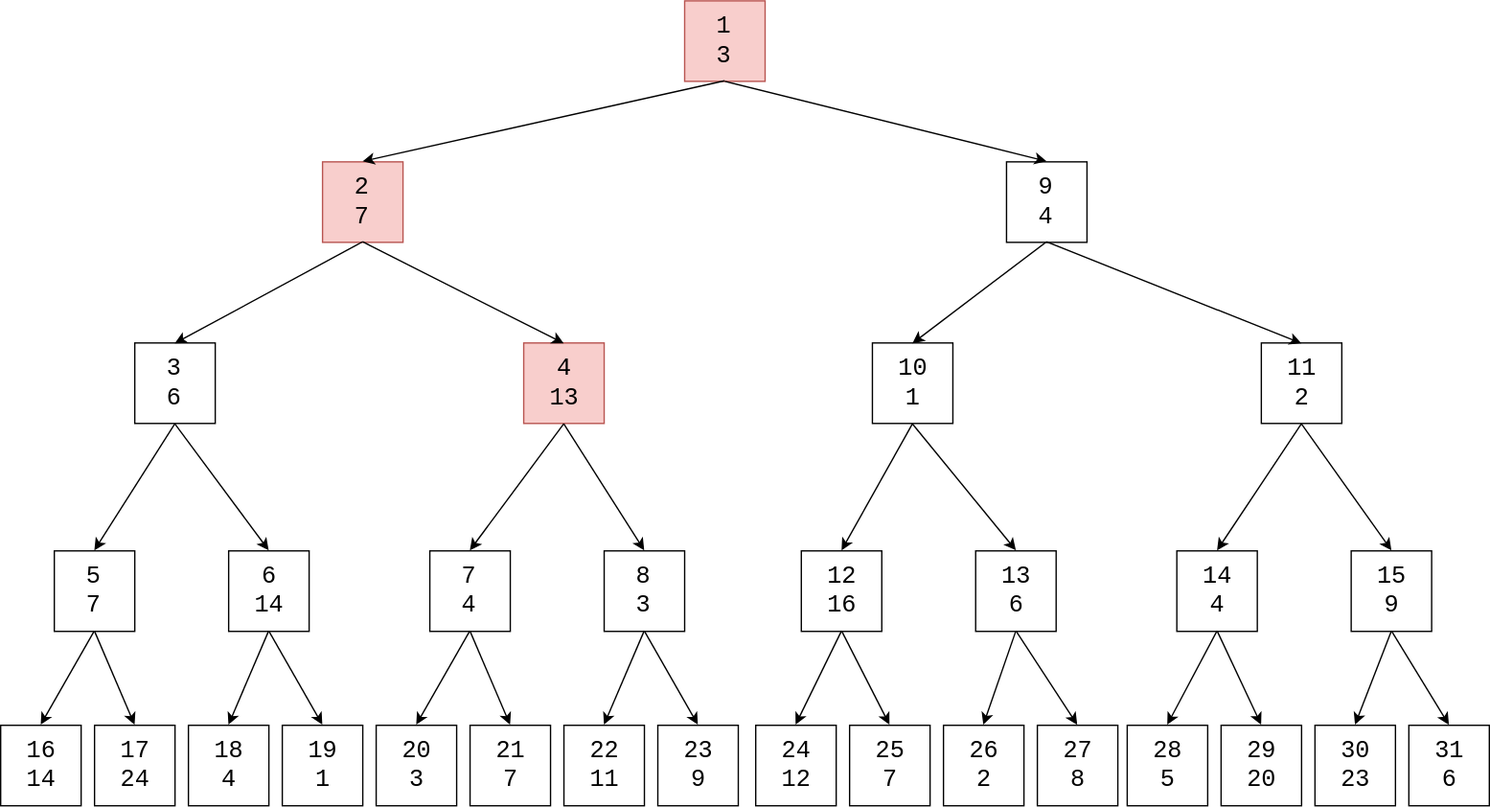
This is docs/DynamicProgramming/TreeDP/res/MaxBinaryTreeRadiusSum2.svg from linrongbin16/way-to-algorithm, a draw.io export, as it was before one commit. Source tidied: cells renumbered, new cells last; positions are measured from the earlier drawing's top-left corner, leaving out a move shared by most shapes.
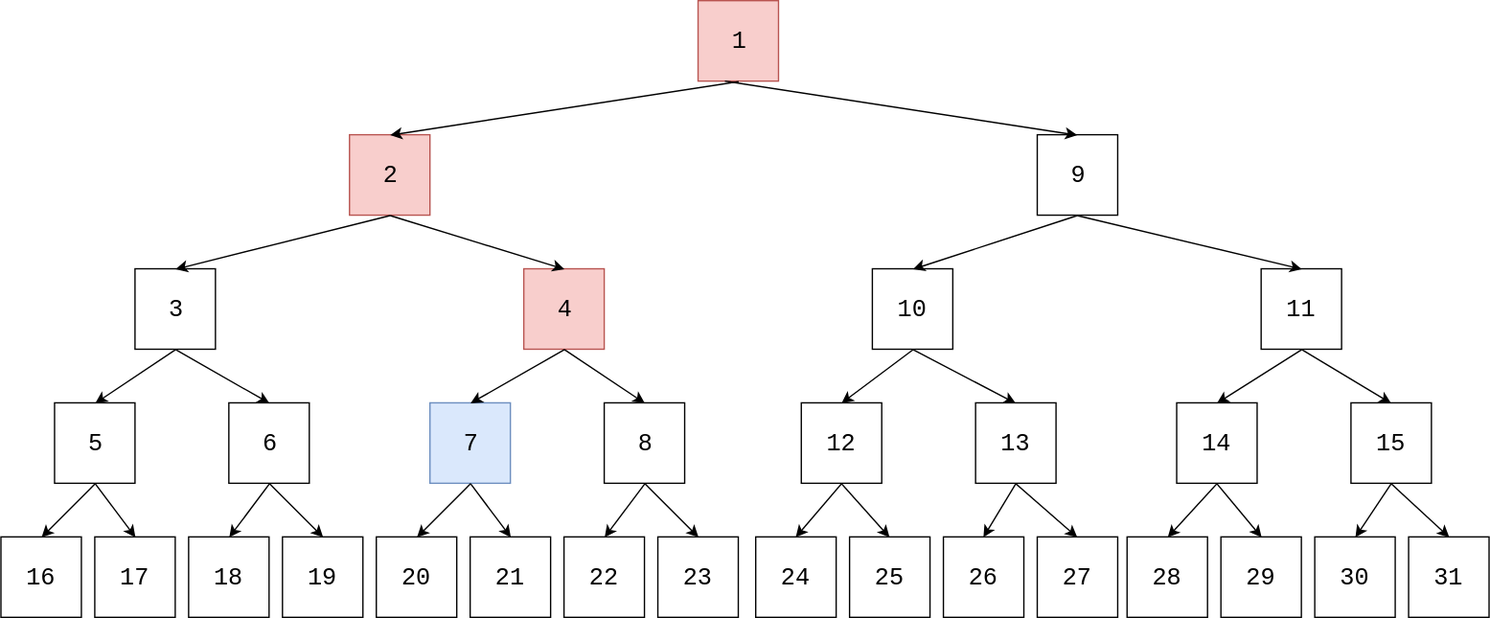
Later version of the same file.

Commit message:
finish max binary tree radius sum doc, and pictures

Diff of the diagram source:
```diff
@@ -2,79 +2,79 @@
   <root>
     <mxCell id="0" />
     <mxCell id="1" parent="0" />
-    <mxCell id="2" value="1&lt;div&gt;3&lt;/div&gt;" style="rounded=0;whiteSpace=wrap;html=1;fontFamily=Courier New;fontSize=18;fillColor=#f8cecc;strokeColor=#b85450;" parent="1" vertex="1">
-      <mxGeometry x="510" width="60" height="60" as="geometry" />
+    <mxCell id="2" value="1&lt;br&gt;" style="rounded=0;whiteSpace=wrap;html=1;fontFamily=Courier New;fontSize=18;fillColor=#f8cecc;strokeColor=#b85450;" parent="1" vertex="1">
+      <mxGeometry x="520" y="140" width="60" height="60" as="geometry" />
     </mxCell>
-    <mxCell id="3" value="2&lt;div&gt;7&lt;/div&gt;" style="rounded=0;whiteSpace=wrap;html=1;fontFamily=Courier New;fontSize=18;fillColor=#f8cecc;strokeColor=#b85450;" parent="1" vertex="1">
-      <mxGeometry x="240" y="120" width="60" height="60" as="geometry" />
+    <mxCell id="3" value="2&lt;br&gt;" style="rounded=0;whiteSpace=wrap;html=1;fontFamily=Courier New;fontSize=18;fillColor=#f8cecc;strokeColor=#b85450;" parent="1" vertex="1">
+      <mxGeometry x="260" y="240" width="60" height="60" as="geometry" />
     </mxCell>
-    <mxCell id="4" value="9&lt;div&gt;4&lt;/div&gt;" style="rounded=0;whiteSpace=wrap;html=1;fontFamily=Courier New;fontSize=18;fillColor=#ffffff;strokeColor=#000000;" parent="1" vertex="1">
-      <mxGeometry x="750" y="120" width="60" height="60" as="geometry" />
+    <mxCell id="4" value="9&lt;br&gt;" style="rounded=0;whiteSpace=wrap;html=1;fontFamily=Courier New;fontSize=18;fillColor=#ffffff;strokeColor=#000000;" parent="1" vertex="1">
+      <mxGeometry x="773" y="240" width="60" height="60" as="geometry" />
     </mxCell>
-    <mxCell id="5" value="3&lt;div&gt;6&lt;/div&gt;" style="rounded=0;whiteSpace=wrap;html=1;fontFamily=Courier New;fontSize=18;fillColor=#ffffff;strokeColor=#000000;" parent="1" vertex="1">
-      <mxGeometry x="100" y="255" width="60" height="60" as="geometry" />
+    <mxCell id="5" value="3&lt;br&gt;" style="rounded=0;whiteSpace=wrap;html=1;fontFamily=Courier New;fontSize=18;fillColor=#ffffff;strokeColor=#000000;" parent="1" vertex="1">
+      <mxGeometry x="100" y="340" width="60" height="60" as="geometry" />
     </mxCell>
-    <mxCell id="6" value="4&lt;div&gt;13&lt;/div&gt;" style="rounded=0;whiteSpace=wrap;html=1;fontFamily=Courier New;fontSize=18;fillColor=#f8cecc;strokeColor=#b85450;" parent="1" vertex="1">
-      <mxGeometry x="390" y="255" width="60" height="60" as="geometry" />
+    <mxCell id="6" value="4&lt;br&gt;" style="rounded=0;whiteSpace=wrap;html=1;fontFamily=Courier New;fontSize=18;fillColor=#f8cecc;strokeColor=#b85450;" parent="1" vertex="1">
+      <mxGeometry x="390" y="340" width="60" height="60" as="geometry" />
     </mxCell>
-    <mxCell id="7" value="5&lt;div&gt;7&lt;/div&gt;" style="rounded=0;whiteSpace=wrap;html=1;fontFamily=Courier New;fontSize=18;fillColor=#ffffff;strokeColor=#000000;" parent="1" vertex="1">
-      <mxGeometry x="40" y="410" width="60" height="60" as="geometry" />
+    <mxCell id="7" value="5&lt;br&gt;" style="rounded=0;whiteSpace=wrap;html=1;fontFamily=Courier New;fontSize=18;fillColor=#ffffff;strokeColor=#000000;" parent="1" vertex="1">
+      <mxGeometry x="40" y="440" width="60" height="60" as="geometry" />
     </mxCell>
-    <mxCell id="8" value="6&lt;div&gt;14&lt;/div&gt;" style="rounded=0;whiteSpace=wrap;html=1;fontFamily=Courier New;fontSize=18;fillColor=#ffffff;strokeColor=#000000;" parent="1" vertex="1">
-      <mxGeometry x="170" y="410" width="60" height="60" as="geometry" />
+    <mxCell id="8" value="6&lt;br&gt;" style="rounded=0;whiteSpace=wrap;html=1;fontFamily=Courier New;fontSize=18;fillColor=#ffffff;strokeColor=#000000;" parent="1" vertex="1">
+      <mxGeometry x="170" y="440" width="60" height="60" as="geometry" />
     </mxCell>
-    <mxCell id="9" value="7&lt;div&gt;4&lt;/div&gt;" style="rounded=0;whiteSpace=wrap;html=1;fontFamily=Courier New;fontSize=18;fillColor=#ffffff;strokeColor=#000000;" parent="1" vertex="1">
-      <mxGeometry x="320" y="410" width="60" height="60" as="geometry" />
+    <mxCell id="9" value="7&lt;br&gt;" style="rounded=0;whiteSpace=wrap;html=1;fontFamily=Courier New;fontSize=18;fillColor=#dae8fc;strokeColor=#6c8ebf;" parent="1" vertex="1">
+      <mxGeometry x="320" y="440" width="60" height="60" as="geometry" />
     </mxCell>
-    <mxCell id="10" value="8&lt;div&gt;3&lt;/div&gt;" style="rounded=0;whiteSpace=wrap;html=1;fontFamily=Courier New;fontSize=18;fillColor=#ffffff;strokeColor=#000000;" parent="1" vertex="1">
-      <mxGeometry x="450" y="410" width="60" height="60" as="geometry" />
+    <mxCell id="10" value="8&lt;br&gt;" style="rounded=0;whiteSpace=wrap;html=1;fontFamily=Courier New;fontSize=18;fillColor=#ffffff;strokeColor=#000000;" parent="1" vertex="1">
+      <mxGeometry x="450" y="440" width="60" height="60" as="geometry" />
     </mxCell>
-    <mxCell id="11" value="16&lt;div&gt;14&lt;/div&gt;" style="rounded=0;whiteSpace=wrap;html=1;fontFamily=Courier New;fontSize=18;fillColor=#ffffff;strokeColor=#000000;" parent="1" vertex="1">
+    <mxCell id="11" value="16&lt;br&gt;" style="rounded=0;whiteSpace=wrap;html=1;fontFamily=Courier New;fontSize=18;fillColor=#ffffff;strokeColor=#000000;" parent="1" vertex="1">
       <mxGeometry y="540" width="60" height="60" as="geometry" />
     </mxCell>
-    <mxCell id="12" value="17&lt;div&gt;24&lt;/div&gt;" style="rounded=0;whiteSpace=wrap;html=1;fontFamily=Courier New;fontSize=18;fillColor=#ffffff;strokeColor=#000000;" parent="1" vertex="1">
+    <mxCell id="12" value="17&lt;br&gt;" style="rounded=0;whiteSpace=wrap;html=1;fontFamily=Courier New;fontSize=18;fillColor=#ffffff;strokeColor=#000000;" parent="1" vertex="1">
       <mxGeometry x="70" y="540" width="60" height="60" as="geometry" />
     </mxCell>
-    <mxCell id="13" value="18&lt;div&gt;4&lt;/div&gt;" style="rounded=0;whiteSpace=wrap;html=1;fontFamily=Courier New;fontSize=18;fillColor=#ffffff;strokeColor=#000000;" parent="1" vertex="1">
+    <mxCell id="13" value="18&lt;br&gt;" style="rounded=0;whiteSpace=wrap;html=1;fontFamily=Courier New;fontSize=18;fillColor=#ffffff;strokeColor=#000000;" parent="1" vertex="1">
       <mxGeometry x="140" y="540" width="60" height="60" as="geometry" />
     </mxCell>
-    <mxCell id="14" value="19&lt;div&gt;1&lt;/div&gt;" style="rounded=0;whiteSpace=wrap;html=1;fontFamily=Courier New;fontSize=18;fillColor=#ffffff;strokeColor=#000000;" parent="1" vertex="1">
+    <mxCell id="14" value="19&lt;br&gt;" style="rounded=0;whiteSpace=wrap;html=1;fontFamily=Courier New;fontSize=18;fillColor=#ffffff;strokeColor=#000000;" parent="1" vertex="1">
       <mxGeometry x="210" y="540" width="60" height="60" as="geometry" />
     </mxCell>
-    <mxCell id="15" value="20&lt;div&gt;3&lt;/div&gt;" style="rounded=0;whiteSpace=wrap;html=1;fontFamily=Courier New;fontSize=18;fillColor=#ffffff;strokeColor=#000000;" parent="1" vertex="1">
+    <mxCell id="15" value="20&lt;br&gt;" style="rounded=0;whiteSpace=wrap;html=1;fontFamily=Courier New;fontSize=18;fillColor=#ffffff;strokeColor=#000000;" parent="1" vertex="1">
       <mxGeometry x="280" y="540" width="60" height="60" as="geometry" />
     </mxCell>
-    <mxCell id="16" value="21&lt;div&gt;7&lt;/div&gt;" style="rounded=0;whiteSpace=wrap;html=1;fontFamily=Courier New;fontSize=18;fillColor=#ffffff;strokeColor=#000000;" parent="1" vertex="1">
+    <mxCell id="16" value="21&lt;br&gt;" style="rounded=0;whiteSpace=wrap;html=1;fontFamily=Courier New;fontSize=18;fillColor=#ffffff;strokeColor=#000000;" parent="1" vertex="1">
       <mxGeometry x="350" y="540" width="60" height="60" as="geometry" />
     </mxCell>
-    <mxCell id="17" value="22&lt;div&gt;11&lt;/div&gt;" style="rounded=0;whiteSpace=wrap;html=1;fontFamily=Courier New;fontSize=18;fillColor=#ffffff;strokeColor=#000000;" parent="1" vertex="1">
+    <mxCell id="17" value="22&lt;br&gt;" style="rounded=0;whiteSpace=wrap;html=1;fontFamily=Courier New;fontSize=18;fillColor=#ffffff;strokeColor=#000000;" parent="1" vertex="1">
       <mxGeometry x="420" y="540" width="60" height="60" as="geometry" />
     </mxCell>
-    <mxCell id="18" value="10&lt;div&gt;1&lt;/div&gt;" style="rounded=0;whiteSpace=wrap;html=1;fontFamily=Courier New;fontSize=18;fillColor=#ffffff;strokeColor=#000000;" parent="1" vertex="1">
-      <mxGeometry x="650" y="255" width="60" height="60" as="geometry" />
+    <mxCell id="18" value="10&lt;br&gt;" style="rounded=0;whiteSpace=wrap;html=1;fontFamily=Courier New;fontSize=18;fillColor=#ffffff;strokeColor=#000000;" parent="1" vertex="1">
+      <mxGeometry x="650" y="340" width="60" height="60" as="geometry" />
     </mxCell>
-    <mxCell id="19" value="11&lt;div&gt;2&lt;/div&gt;" style="rounded=0;whiteSpace=wrap;html=1;fontFamily=Courier New;fontSize=18;fillColor=#ffffff;strokeColor=#000000;" parent="1" vertex="1">
-      <mxGeometry x="940" y="255" width="60" height="60" as="geometry" />
+    <mxCell id="19" value="11&lt;br&gt;" style="rounded=0;whiteSpace=wrap;html=1;fontFamily=Courier New;fontSize=18;fillColor=#ffffff;strokeColor=#000000;" parent="1" vertex="1">
+      <mxGeometry x="940" y="340" width="60" height="60" as="geometry" />
     </mxCell>
-    <mxCell id="20" value="12&lt;div&gt;16&lt;/div&gt;" style="rounded=0;whiteSpace=wrap;html=1;fontFamily=Courier New;fontSize=18;fillColor=#ffffff;strokeColor=#000000;" parent="1" vertex="1">
-      <mxGeometry x="597" y="410" width="60" height="60" as="geometry" />
+    <mxCell id="20" value="12&lt;br&gt;" style="rounded=0;whiteSpace=wrap;html=1;fontFamily=Courier New;fontSize=18;fillColor=#ffffff;strokeColor=#000000;" parent="1" vertex="1">
+      <mxGeometry x="597" y="440" width="60" height="60" as="geometry" />
     </mxCell>
-    <mxCell id="21" value="13&lt;div&gt;6&lt;/div&gt;" style="rounded=0;whiteSpace=wrap;html=1;fontFamily=Courier New;fontSize=18;fillColor=#ffffff;strokeColor=#000000;" parent="1" vertex="1">
-      <mxGeometry x="727" y="410" width="60" height="60" as="geometry" />
+    <mxCell id="21" value="13&lt;br&gt;" style="rounded=0;whiteSpace=wrap;html=1;fontFamily=Courier New;fontSize=18;fillColor=#ffffff;strokeColor=#000000;" parent="1" vertex="1">
+      <mxGeometry x="727" y="440" width="60" height="60" as="geometry" />
     </mxCell>
-    <mxCell id="22" value="14&lt;div&gt;4&lt;/div&gt;" style="rounded=0;whiteSpace=wrap;html=1;fontFamily=Courier New;fontSize=18;fillColor=#ffffff;strokeColor=#000000;" parent="1" vertex="1">
-      <mxGeometry x="877" y="410" width="60" height="60" as="geometry" />
+    <mxCell id="22" value="14&lt;br&gt;" style="rounded=0;whiteSpace=wrap;html=1;fontFamily=Courier New;fontSize=18;fillColor=#ffffff;strokeColor=#000000;" parent="1" vertex="1">
+      <mxGeometry x="877" y="440" width="60" height="60" as="geometry" />
     </mxCell>
-    <mxCell id="23" value="15&lt;div&gt;9&lt;/div&gt;" style="rounded=0;whiteSpace=wrap;html=1;fontFamily=Courier New;fontSize=18;fillColor=#ffffff;strokeColor=#000000;" parent="1" vertex="1">
-      <mxGeometry x="1007" y="410" width="60" height="60" as="geometry" />
+    <mxCell id="23" value="15&lt;br&gt;" style="rounded=0;whiteSpace=wrap;html=1;fontFamily=Courier New;fontSize=18;fillColor=#ffffff;strokeColor=#000000;" parent="1" vertex="1">
+      <mxGeometry x="1007" y="440" width="60" height="60" as="geometry" />
     </mxCell>
-    <mxCell id="24" value="28&lt;div&gt;5&lt;/div&gt;" style="rounded=0;whiteSpace=wrap;html=1;fontFamily=Courier New;fontSize=18;fillColor=#ffffff;strokeColor=#000000;" parent="1" vertex="1">
+    <mxCell id="24" value="28&lt;br&gt;" style="rounded=0;whiteSpace=wrap;html=1;fontFamily=Courier New;fontSize=18;fillColor=#ffffff;strokeColor=#000000;" parent="1" vertex="1">
       <mxGeometry x="840" y="540" width="60" height="60" as="geometry" />
     </mxCell>
-    <mxCell id="25" value="29&lt;div&gt;20&lt;/div&gt;" style="rounded=0;whiteSpace=wrap;html=1;fontFamily=Courier New;fontSize=18;fillColor=#ffffff;strokeColor=#000000;" parent="1" vertex="1">
+    <mxCell id="25" value="29&lt;br&gt;" style="rounded=0;whiteSpace=wrap;html=1;fontFamily=Courier New;fontSize=18;fillColor=#ffffff;strokeColor=#000000;" parent="1" vertex="1">
       <mxGeometry x="910" y="540" width="60" height="60" as="geometry" />
     </mxCell>
-    <mxCell id="26" value="30&lt;div&gt;23&lt;/div&gt;" style="rounded=0;whiteSpace=wrap;html=1;fontFamily=Courier New;fontSize=18;fillColor=#ffffff;strokeColor=#000000;" parent="1" vertex="1">
+    <mxCell id="26" value="30&lt;br&gt;" style="rounded=0;whiteSpace=wrap;html=1;fontFamily=Courier New;fontSize=18;fillColor=#ffffff;strokeColor=#000000;" parent="1" vertex="1">
       <mxGeometry x="980" y="540" width="60" height="60" as="geometry" />
     </mxCell>
     <mxCell id="27" style="endArrow=classic;html=1;fontFamily=Courier New;fontSize=18;exitX=0.5;exitY=1;entryX=0.5;entryY=0;" parent="1" edge="1" source="2" target="3">
@@ -82,7 +82,7 @@
     </mxCell>
     <mxCell id="28" style="endArrow=classic;html=1;fontFamily=Courier New;fontSize=18;entryX=0.5;entryY=0;" parent="1" edge="1" target="4">
       <mxGeometry relative="1" as="geometry">
-        <mxPoint x="540" y="60" as="sourcePoint" />
+        <mxPoint x="540" y="200" as="sourcePoint" />
       </mxGeometry>
     </mxCell>
     <mxCell id="29" style="endArrow=classic;html=1;fontFamily=Courier New;fontSize=18;exitX=0.5;exitY=1;entryX=0.5;entryY=0;" parent="1" edge="1" source="3" target="5">
@@ -151,22 +151,22 @@
     <mxCell id="50" style="endArrow=classic;html=1;fontFamily=Courier New;fontSize=18;exitX=0.5;exitY=1;entryX=0.5;entryY=0;" parent="1" edge="1" source="23" target="26">
       <mxGeometry relative="1" as="geometry" />
     </mxCell>
-    <mxCell id="51" value="23&lt;div&gt;9&lt;/div&gt;" style="rounded=0;whiteSpace=wrap;html=1;fontFamily=Courier New;fontSize=18;fillColor=#ffffff;strokeColor=#000000;" parent="1" vertex="1">
+    <mxCell id="51" value="23&lt;br&gt;" style="rounded=0;whiteSpace=wrap;html=1;fontFamily=Courier New;fontSize=18;fillColor=#ffffff;strokeColor=#000000;" parent="1" vertex="1">
       <mxGeometry x="490" y="540" width="60" height="60" as="geometry" />
     </mxCell>
     <mxCell id="52" style="endArrow=classic;html=1;fontFamily=Courier New;fontSize=18;entryX=0.5;entryY=0;exitX=0.5;exitY=1;" parent="1" edge="1" source="10" target="51">
       <mxGeometry relative="1" as="geometry" />
     </mxCell>
-    <mxCell id="53" value="24&lt;div&gt;12&lt;/div&gt;" style="rounded=0;whiteSpace=wrap;html=1;fontFamily=Courier New;fontSize=18;fillColor=#ffffff;strokeColor=#000000;" parent="1" vertex="1">
+    <mxCell id="53" value="24&lt;br&gt;" style="rounded=0;whiteSpace=wrap;html=1;fontFamily=Courier New;fontSize=18;fillColor=#ffffff;strokeColor=#000000;" parent="1" vertex="1">
       <mxGeometry x="563" y="540" width="60" height="60" as="geometry" />
     </mxCell>
-    <mxCell id="54" value="25&lt;div&gt;7&lt;/div&gt;" style="rounded=0;whiteSpace=wrap;html=1;fontFamily=Courier New;fontSize=18;fillColor=#ffffff;strokeColor=#000000;" parent="1" vertex="1">
+    <mxCell id="54" value="25&lt;br&gt;" style="rounded=0;whiteSpace=wrap;html=1;fontFamily=Courier New;fontSize=18;fillColor=#ffffff;strokeColor=#000000;" parent="1" vertex="1">
       <mxGeometry x="633" y="540" width="60" height="60" as="geometry" />
     </mxCell>
-    <mxCell id="55" value="26&lt;div&gt;2&lt;/div&gt;" style="rounded=0;whiteSpace=wrap;html=1;fontFamily=Courier New;fontSize=18;fillColor=#ffffff;strokeColor=#000000;" parent="1" vertex="1">
+    <mxCell id="55" value="26&lt;br&gt;" style="rounded=0;whiteSpace=wrap;html=1;fontFamily=Courier New;fontSize=18;fillColor=#ffffff;strokeColor=#000000;" parent="1" vertex="1">
       <mxGeometry x="703" y="540" width="60" height="60" as="geometry" />
     </mxCell>
-    <mxCell id="56" value="27&lt;div&gt;8&lt;/div&gt;" style="rounded=0;whiteSpace=wrap;html=1;fontFamily=Courier New;fontSize=18;fillColor=#ffffff;strokeColor=#000000;" parent="1" vertex="1">
+    <mxCell id="56" value="27&lt;br&gt;" style="rounded=0;whiteSpace=wrap;html=1;fontFamily=Courier New;fontSize=18;fillColor=#ffffff;strokeColor=#000000;" parent="1" vertex="1">
       <mxGeometry x="773" y="540" width="60" height="60" as="geometry" />
     </mxCell>
     <mxCell id="57" style="endArrow=classic;html=1;fontFamily=Courier New;fontSize=18;exitX=0.5;exitY=1;entryX=0.5;entryY=0;" parent="1" edge="1" source="20" target="53">
@@ -181,7 +181,7 @@
     <mxCell id="60" style="endArrow=classic;html=1;fontFamily=Courier New;fontSize=18;exitX=0.5;exitY=1;entryX=0.5;entryY=0;" parent="1" edge="1" source="21" target="56">
       <mxGeometry relative="1" as="geometry" />
     </mxCell>
-    <mxCell id="61" value="31&lt;div&gt;6&lt;/div&gt;" style="rounded=0;whiteSpace=wrap;html=1;fontFamily=Courier New;fontSize=18;fillColor=#ffffff;strokeColor=#000000;" parent="1" vertex="1">
+    <mxCell id="61" value="31&lt;br&gt;" style="rounded=0;whiteSpace=wrap;html=1;fontFamily=Courier New;fontSize=18;fillColor=#ffffff;strokeColor=#000000;" parent="1" vertex="1">
       <mxGeometry x="1050" y="540" width="60" height="60" as="geometry" />
     </mxCell>
     <mxCell id="62" style="endArrow=classic;html=1;fontFamily=Courier New;fontSize=18;exitX=0.5;exitY=1;entryX=0.5;entryY=0;" parent="1" edge="1" source="23" target="61">
```
